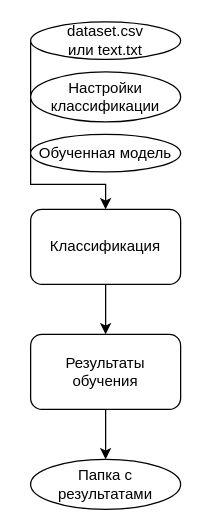
Earlier version of the draw.io diagram page "Классификация" (4 of 5) of architecture.drawio (vvzunin/GRNTIClass). Source tidied: cells renumbered, new cells numbered last; positions are measured from the earlier drawing's top-left corner, leaving out a move shared by most shapes. Both pictures are drawn from the tidied source at 125%, with x=0, y=0 at pixel (30, 21).
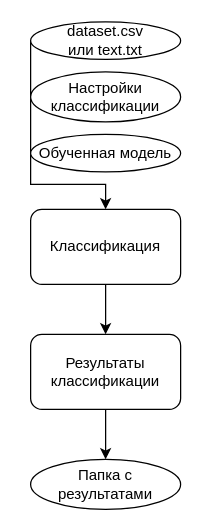
The same diagram, later.

What changed in the source:
```diff
@@
 <mxGraphModel>
   <root>
     <mxCell id="0" />
     <mxCell id="1" parent="0" />
     <mxCell id="2" style="edgeStyle=orthogonalEdgeStyle;rounded=0;jettySize=auto;html=1;" parent="1" edge="1" source="3" target="9">
       <mxGeometry relative="1" as="geometry" />
     </mxCell>
     <mxCell id="3" value="Классификация" style="rounded=1;whiteSpace=wrap;html=1;" parent="1" vertex="1">
       <mxGeometry y="150" width="120" height="60" as="geometry" />
     </mxCell>
     <mxCell id="4" value="Папка с результатами" style="ellipse;whiteSpace=wrap;html=1;" parent="1" vertex="1">
       <mxGeometry y="350" width="120" height="40" as="geometry" />
     </mxCell>
     <mxCell id="5" style="edgeStyle=orthogonalEdgeStyle;rounded=0;jettySize=auto;html=1;entryX=0.5;entryY=0;entryDx=0;entryDy=0;" parent="1" edge="1" source="6" target="3">
       <mxGeometry relative="1" as="geometry">
         <Array as="points">
           <mxPoint y="130" />
           <mxPoint x="60" y="130" />
         </Array>
       </mxGeometry>
     </mxCell>
     <mxCell id="6" value="dataset.csv&lt;div&gt;или text.txt&lt;/div&gt;" style="ellipse;whiteSpace=wrap;html=1;" parent="1" vertex="1">
       <mxGeometry width="120" height="30" as="geometry" />
     </mxCell>
     <mxCell id="7" value="Обученная модель" style="ellipse;whiteSpace=wrap;html=1;" parent="1" vertex="1">
       <mxGeometry y="90" width="120" height="30" as="geometry" />
     </mxCell>
     <mxCell id="8" style="edgeStyle=orthogonalEdgeStyle;rounded=0;jettySize=auto;html=1;" parent="1" edge="1" source="9" target="4">
       <mxGeometry relative="1" as="geometry" />
     </mxCell>
-    <mxCell id="9" value="Результаты обучения" style="rounded=1;whiteSpace=wrap;html=1;" parent="1" vertex="1">
+    <mxCell id="9" value="Результаты классификации" style="rounded=1;whiteSpace=wrap;html=1;" parent="1" vertex="1">
       <mxGeometry y="250" width="120" height="60" as="geometry" />
     </mxCell>
     <mxCell id="10" value="Настройки классификации" style="ellipse;whiteSpace=wrap;html=1;" parent="1" vertex="1">
       <mxGeometry y="40" width="120" height="40" as="geometry" />
     </mxCell>
   </root>
 </mxGraphModel>
```
